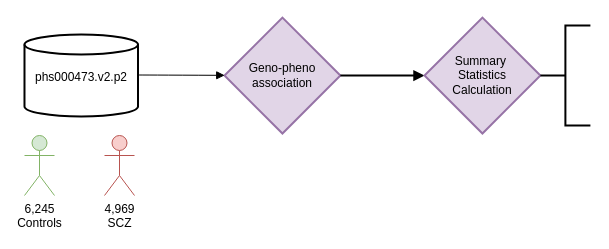
Earlier version of the draw.io diagram Data processing.drawio (maycarlos/artificial_genome_synthesis). Source tidied: cells renumbered, new cells numbered last; positions are measured from the earlier drawing's top-left corner, leaving out a move shared by most shapes. Both pictures are drawn from the tidied source at 100%, with x=0, y=0 at pixel (24, 17).
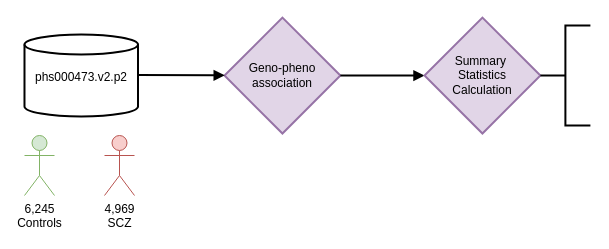
The same diagram, later.

Change to the diagram source:
```diff
@@
 <mxGraphModel>
   <root>
     <mxCell id="0" />
     <mxCell id="1" parent="0" />
     <mxCell id="2" value="phs000473.v2.p2 &#10;" style="shape=cylinder3;boundedLbl=1;backgroundOutline=1;size=10;strokeWidth=2;whiteSpace=wrap;" parent="1" vertex="1">
       <mxGeometry y="17" width="113.5" height="82" as="geometry" />
     </mxCell>
     <mxCell id="3" value="Geno-pheno&lt;br&gt;association" style="rhombus;strokeWidth=2;whiteSpace=wrap;fillColor=#e1d5e7;strokeColor=#9673a6;html=1;rounded=0;shadow=0;fillStyle=auto;" parent="1" vertex="1">
       <mxGeometry x="200" y="0.1" width="115.9" height="115.9" as="geometry" />
     </mxCell>
-    <mxCell id="4" style="curved=1;startArrow=none;endArrow=block;exitX=1;exitY=0.4944872342623197;" parent="1" edge="1" target="3">
+    <mxCell id="4" style="curved=1;startArrow=none;endArrow=block;exitX=1;exitY=0.4944872342623197;strokeWidth=2;" parent="1" edge="1" target="3">
       <mxGeometry relative="1" as="geometry">
         <mxPoint x="113.5" y="57.5" as="sourcePoint" />
       </mxGeometry>
     </mxCell>
     <mxCell id="5" style="curved=1;startArrow=none;endArrow=block;entryX=0;entryY=0.5;entryDx=0;entryDy=0;exitX=1;exitY=0.5;exitDx=0;exitDy=0;strokeWidth=2;" parent="1" edge="1" source="3" target="6">
       <mxGeometry relative="1" as="geometry" />
     </mxCell>
     <mxCell id="6" value="&lt;div&gt;Summary&amp;nbsp;&lt;/div&gt;&lt;div&gt;Statistics &lt;br&gt;&lt;/div&gt;&lt;div&gt;Calculation&lt;br&gt;&lt;/div&gt;" style="rhombus;strokeWidth=2;whiteSpace=wrap;fillColor=#e1d5e7;strokeColor=#9673a6;html=1;rounded=0;shadow=0;fillStyle=auto;" parent="1" vertex="1">
       <mxGeometry x="400" y="0.1" width="115.9" height="115.9" as="geometry" />
     </mxCell>
     <mxCell id="7" value="&lt;div&gt;6,245&lt;/div&gt;&lt;div&gt;Controls&lt;/div&gt;" style="shape=umlActor;verticalLabelPosition=bottom;verticalAlign=top;html=1;fillColor=#d5e8d4;strokeColor=#82b366;" parent="1" vertex="1">
       <mxGeometry y="118" width="30" height="60" as="geometry" />
     </mxCell>
     <mxCell id="8" value="&lt;div&gt;4,969&lt;br&gt;&lt;/div&gt;&lt;div&gt;SCZ&lt;br&gt;&lt;/div&gt;" style="shape=umlActor;verticalLabelPosition=bottom;verticalAlign=top;html=1;fillColor=#f8cecc;strokeColor=#b85450;" parent="1" vertex="1">
       <mxGeometry x="80" y="118" width="30" height="60" as="geometry" />
     </mxCell>
     <mxCell id="9" style="strokeWidth=2;html=1;shape=mxgraph.flowchart.annotation_2;align=left;labelPosition=right;" parent="1" vertex="1">
       <mxGeometry x="515.9" y="8" width="50" height="100" as="geometry" />
     </mxCell>
   </root>
 </mxGraphModel>
```
